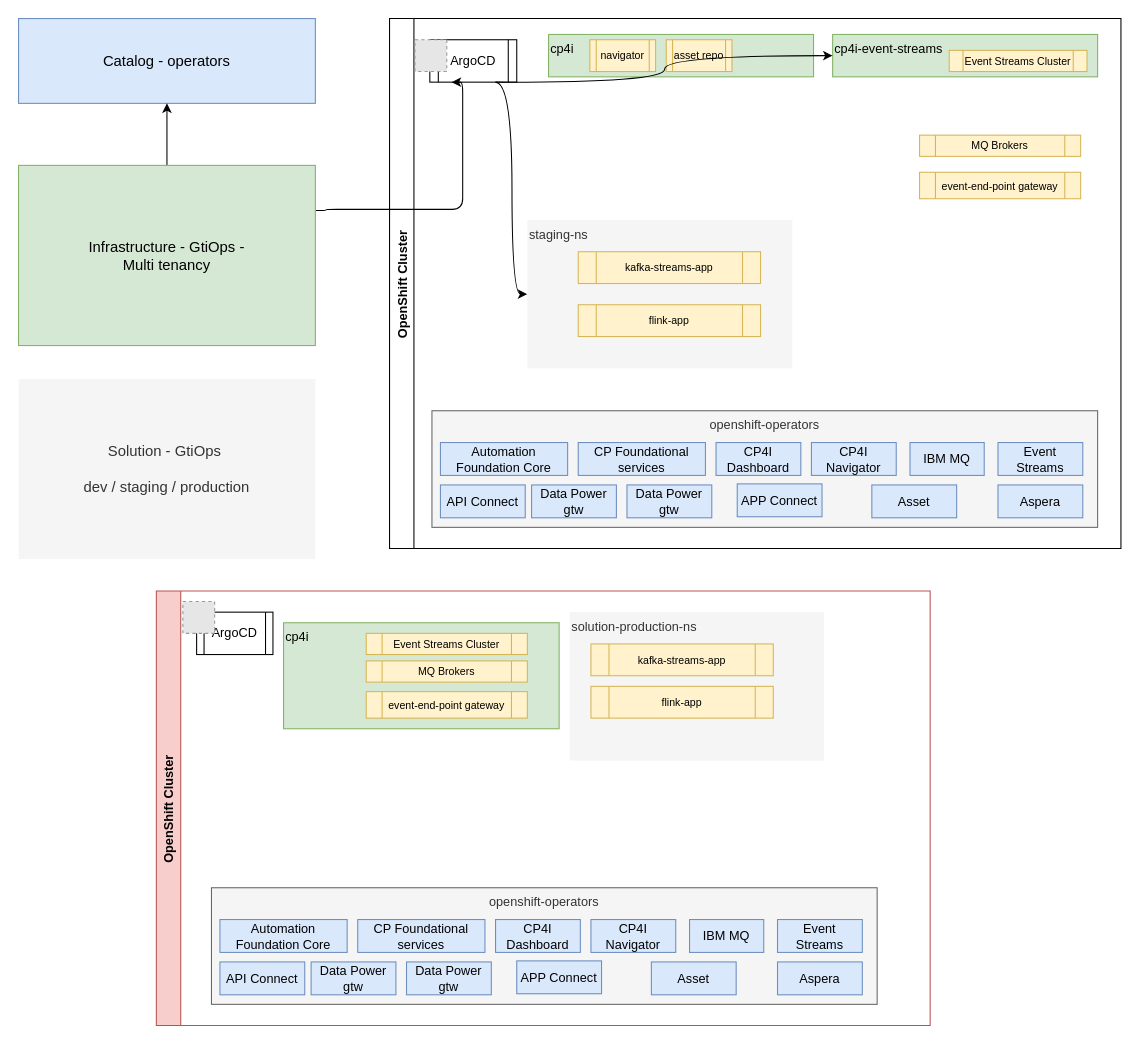
Earlier version of the draw.io diagram docs/diagrams/gitops-multi-tenants.drawio (ibm-cloud-architecture/eda-rt-inventory-gitops). Source tidied: cells renumbered, new cells numbered last; positions are measured from the earlier drawing's top-left corner, leaving out a move shared by most shapes. Both pictures are drawn from the tidied source at 106%, with x=0, y=0 at pixel (18, 18). Pictures stored in the file or linked from it are replaced by grey dashed boxes.
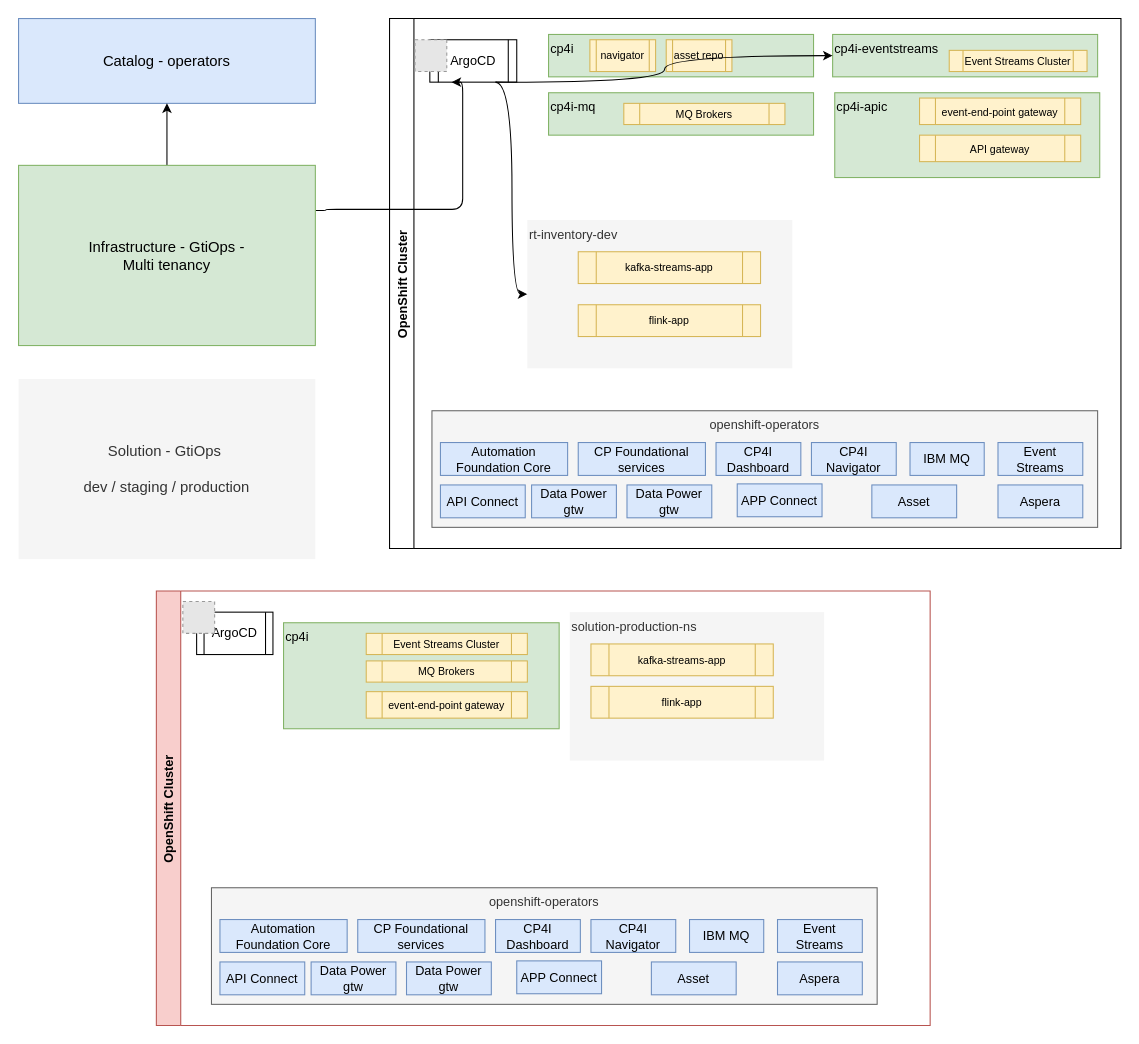
The same diagram, later.

Unchanged cells that the change refers to:
```xml
<mxCell id="5" value="OpenShift Cluster" style="swimlane;horizontal=0;" parent="1" vertex="1">
  <mxGeometry x="350" width="690" height="500" as="geometry" />
</mxCell>
<mxCell id="30" style="group;" parent="5" vertex="1">
  <mxGeometry x="418" y="15" width="250" height="40" as="geometry" />
</mxCell>
```

Change to the diagram source:
```diff
@@
-    <mxCell id="7" value="staging-ns" style="rounded=0;whiteSpace=wrap;html=1;fillColor=#f5f5f5;fontColor=#333333;strokeColor=none;verticalAlign=top;align=left;" parent="5" vertex="1">
+    <mxCell id="7" value="rt-inventory-dev" style="rounded=0;whiteSpace=wrap;html=1;fillColor=#f5f5f5;fontColor=#333333;strokeColor=none;verticalAlign=top;align=left;" parent="5" vertex="1">
       <mxGeometry x="130" y="190" width="250" height="140" as="geometry" />
     </mxCell>
-    <mxCell id="8" value="MQ Brokers" style="shape=process;whiteSpace=wrap;html=1;backgroundOutline=1;fontSize=10;fillColor=#fff2cc;strokeColor=#d6b656;" parent="5" vertex="1">
-      <mxGeometry x="500" y="110" width="152" height="20" as="geometry" />
-    </mxCell>
@@
-    <mxCell id="10" value="event-end-point gateway" style="shape=process;whiteSpace=wrap;html=1;backgroundOutline=1;fontSize=10;fillColor=#fff2cc;strokeColor=#d6b656;" parent="5" vertex="1">
-      <mxGeometry x="500" y="145" width="152" height="25" as="geometry" />
-    </mxCell>
@@
-    <mxCell id="31" value="cp4i-event-streams" style="rounded=0;whiteSpace=wrap;html=1;fillColor=#d5e8d4;strokeColor=#82b366;align=left;verticalAlign=top;" parent="30" vertex="1">
+    <mxCell id="31" value="cp4i-eventstreams" style="rounded=0;whiteSpace=wrap;html=1;fillColor=#d5e8d4;strokeColor=#82b366;align=left;verticalAlign=top;" parent="30" vertex="1">
       <mxGeometry width="250" height="40" as="geometry" />
     </mxCell>
@@
+    <mxCell id="61" style="group;" parent="5" vertex="1">
+      <mxGeometry x="150" y="70" width="250" height="40" as="geometry" />
+    </mxCell>
+    <mxCell id="62" value="cp4i-mq" style="rounded=0;whiteSpace=wrap;html=1;fillColor=#d5e8d4;strokeColor=#82b366;align=left;verticalAlign=top;" parent="61" vertex="1">
+      <mxGeometry width="250" height="40" as="geometry" />
+    </mxCell>
+    <mxCell id="8" value="MQ Brokers" style="shape=process;whiteSpace=wrap;html=1;backgroundOutline=1;fontSize=10;fillColor=#fff2cc;strokeColor=#d6b656;" parent="61" vertex="1">
+      <mxGeometry x="71" y="10" width="152" height="20" as="geometry" />
+    </mxCell>
+    <mxCell id="63" style="group;" parent="5" vertex="1">
+      <mxGeometry x="420" y="70" width="250" height="80" as="geometry" />
+    </mxCell>
+    <mxCell id="64" value="cp4i-apic" style="rounded=0;whiteSpace=wrap;html=1;fillColor=#d5e8d4;strokeColor=#82b366;align=left;verticalAlign=top;" parent="63" vertex="1">
+      <mxGeometry width="250" height="80" as="geometry" />
+    </mxCell>
+    <mxCell id="10" value="event-end-point gateway" style="shape=process;whiteSpace=wrap;html=1;backgroundOutline=1;fontSize=10;fillColor=#fff2cc;strokeColor=#d6b656;" parent="63" vertex="1">
+      <mxGeometry x="80" y="5" width="152" height="25" as="geometry" />
+    </mxCell>
+    <mxCell id="65" value="API gateway" style="shape=process;whiteSpace=wrap;html=1;backgroundOutline=1;fontSize=10;fillColor=#fff2cc;strokeColor=#d6b656;" parent="63" vertex="1">
+      <mxGeometry x="80" y="40" width="152" height="25" as="geometry" />
+    </mxCell>
```
